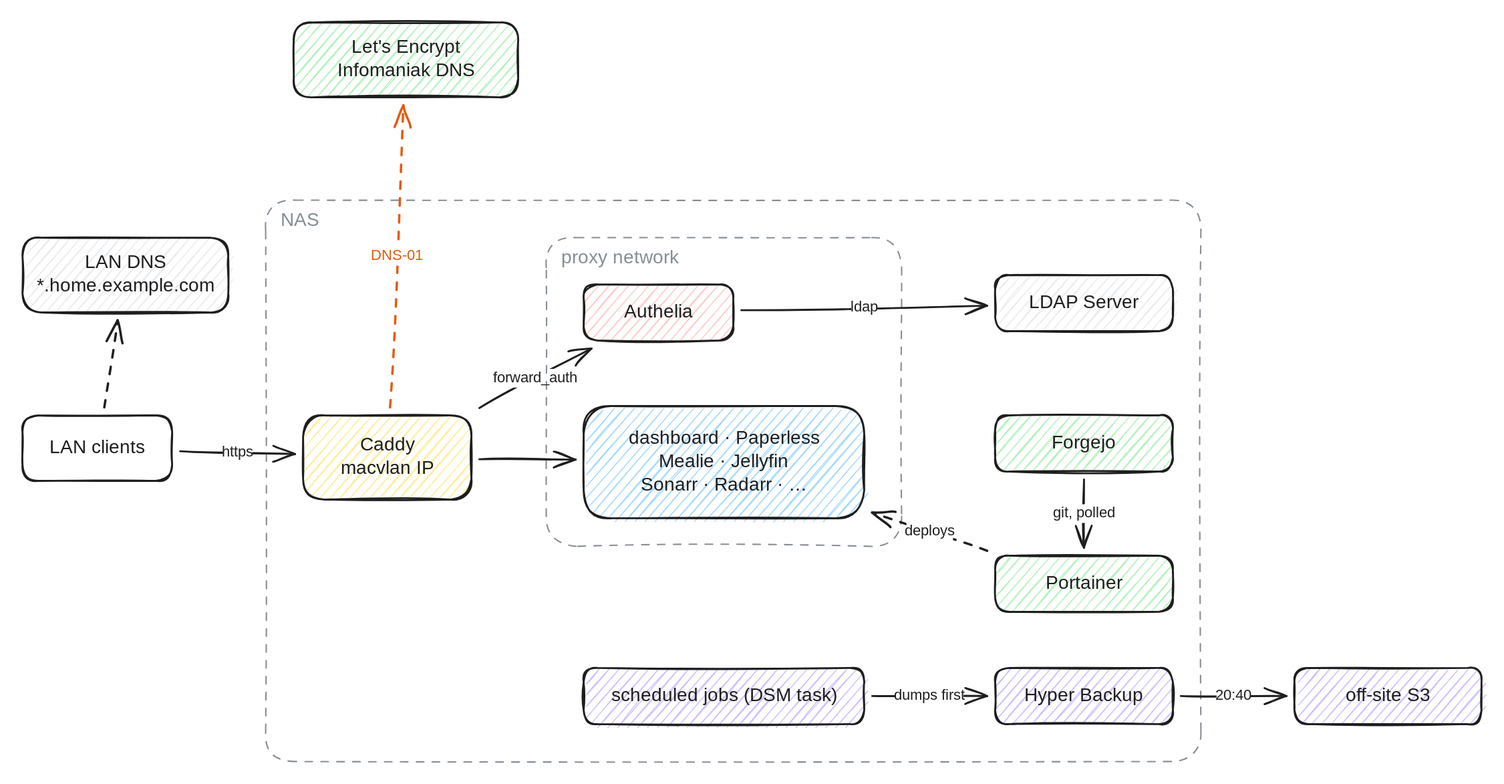
Before: docs/images/overview.excalidraw.svg, a diagram exported from Excalidraw (mueslipolo/homelab). Source tidied: one line per element, renumbered; positions are measured from the earlier drawing's top-left corner, leaving out a move shared by most shapes. Source of this version:
```json
{"id": 0, "type": "rectangle", "strokeColor": "#1e1e1e", "backgroundColor": "#b2f2bb", "fillStyle": "hachure", "strokeWidth": 2, "roughness": 1, "round": true, "x": 290, "y": 0, "width": 240, "height": 80}
{"id": 1, "type": "rectangle", "strokeColor": "#1e1e1e", "backgroundColor": "#e9ecef", "fillStyle": "hachure", "strokeWidth": 2, "roughness": 1, "round": true, "x": 0, "y": 230, "width": 220, "height": 80}
{"id": 2, "type": "rectangle", "strokeColor": "#1e1e1e", "strokeWidth": 2, "roughness": 1, "round": true, "x": 0, "y": 420, "width": 160, "height": 70}
{"id": 3, "type": "rectangle", "strokeColor": "#868e96", "strokeWidth": 1, "strokeStyle": "dashed", "roughness": 1, "round": true, "x": 260, "y": 190, "width": 1000, "height": 600}
{"id": 4, "type": "text", "text": "NAS", "strokeColor": "#868e96", "strokeWidth": 2, "roughness": 1, "fontSize": 20, "fontFamily": 5, "x": 276, "y": 200, "width": 40, "height": 25}
{"id": 5, "type": "rectangle", "strokeColor": "#1e1e1e", "backgroundColor": "#ffec99", "fillStyle": "hachure", "strokeWidth": 2, "roughness": 1, "round": true, "x": 300, "y": 420, "width": 180, "height": 90}
{"id": 6, "type": "rectangle", "strokeColor": "#868e96", "strokeWidth": 1, "strokeStyle": "dashed", "roughness": 1, "round": true, "x": 560, "y": 230, "width": 380, "height": 330}
{"id": 7, "type": "text", "text": "proxy network", "strokeColor": "#868e96", "strokeWidth": 2, "roughness": 1, "fontSize": 20, "fontFamily": 5, "x": 576, "y": 240, "width": 117, "height": 25}
{"id": 8, "type": "rectangle", "strokeColor": "#1e1e1e", "backgroundColor": "#ffc9c9", "fillStyle": "hachure", "strokeWidth": 2, "roughness": 1, "round": true, "x": 600, "y": 280, "width": 160, "height": 60}
{"id": 9, "type": "rectangle", "strokeColor": "#1e1e1e", "backgroundColor": "#a5d8ff", "fillStyle": "hachure", "strokeWidth": 2, "roughness": 1, "round": true, "x": 600, "y": 410, "width": 300, "height": 120}
{"id": 10, "type": "rectangle", "strokeColor": "#1e1e1e", "backgroundColor": "#e9ecef", "fillStyle": "hachure", "strokeWidth": 2, "roughness": 1, "round": true, "x": 1040, "y": 270, "width": 190, "height": 60}
{"id": 11, "type": "rectangle", "strokeColor": "#1e1e1e", "backgroundColor": "#b2f2bb", "fillStyle": "hachure", "strokeWidth": 2, "roughness": 1, "round": true, "x": 1040, "y": 420, "width": 190, "height": 60}
{"id": 12, "type": "rectangle", "strokeColor": "#1e1e1e", "backgroundColor": "#b2f2bb", "fillStyle": "hachure", "strokeWidth": 2, "roughness": 1, "round": true, "x": 1040, "y": 570, "width": 190, "height": 60}
{"id": 13, "type": "rectangle", "strokeColor": "#1e1e1e", "backgroundColor": "#d0bfff", "fillStyle": "hachure", "strokeWidth": 2, "roughness": 1, "round": true, "x": 600, "y": 690, "width": 300, "height": 60}
{"id": 14, "type": "rectangle", "strokeColor": "#1e1e1e", "backgroundColor": "#d0bfff", "fillStyle": "hachure", "strokeWidth": 2, "roughness": 1, "round": true, "x": 1040, "y": 690, "width": 190, "height": 60}
{"id": 15, "type": "rectangle", "strokeColor": "#1e1e1e", "backgroundColor": "#d0bfff", "fillStyle": "hachure", "strokeWidth": 2, "roughness": 1, "round": true, "x": 1360, "y": 690, "width": 200, "height": 60}
{"id": 16, "type": "arrow", "strokeColor": "#1e1e1e", "strokeWidth": 2, "strokeStyle": "dashed", "roughness": 1, "endArrowhead": "arrow", "from": 2, "to": 1, "x": 87, "y": 412, "width": 14, "height": 93, "points": [[0, 0], [14, -93]]}
{"id": 17, "type": "arrow", "strokeColor": "#1e1e1e", "strokeWidth": 2, "roughness": 1, "endArrowhead": "arrow", "from": 2, "to": 5, "x": 168, "y": 458, "width": 123, "height": 3, "points": [[0, 0], [123, 3]]}
{"id": 18, "type": "arrow", "strokeColor": "#1e1e1e", "strokeWidth": 2, "roughness": 1, "endArrowhead": "arrow", "from": 5, "to": 9, "x": 488, "y": 467, "width": 103, "height": 0, "points": [[0, 0], [103, 0]]}
{"id": 19, "type": "arrow", "strokeColor": "#1e1e1e", "strokeWidth": 2, "roughness": 1, "endArrowhead": "arrow", "from": 5, "to": 8, "x": 488, "y": 412, "width": 120, "height": 64, "points": [[0, 0], [120, -64]]}
{"id": 20, "type": "arrow", "strokeColor": "#1e1e1e", "strokeWidth": 2, "roughness": 1, "endArrowhead": "arrow", "from": 8, "to": 10, "x": 768, "y": 308, "width": 263, "height": 5, "points": [[0, 0], [263, -5]]}
{"id": 21, "type": "arrow", "strokeColor": "#1e1e1e", "strokeWidth": 2, "roughness": 1, "endArrowhead": "arrow", "from": 11, "to": 12, "x": 1135, "y": 488, "width": 0, "height": 73, "points": [[0, 0], [0, 73]]}
{"id": 22, "type": "arrow", "strokeColor": "#1e1e1e", "strokeWidth": 2, "strokeStyle": "dashed", "roughness": 1, "endArrowhead": "arrow", "from": 12, "to": 9, "x": 1032, "y": 565, "width": 123, "height": 41, "points": [[0, 0], [-123, -41]]}
{"id": 23, "type": "arrow", "strokeColor": "#1e1e1e", "strokeWidth": 2, "roughness": 1, "endArrowhead": "arrow", "from": 13, "to": 14, "x": 908, "y": 720, "width": 123, "height": 0, "points": [[0, 0], [123, 0]]}
{"id": 24, "type": "arrow", "strokeColor": "#1e1e1e", "strokeWidth": 2, "roughness": 1, "endArrowhead": "arrow", "from": 14, "to": 15, "x": 1238, "y": 720, "width": 113, "height": 0, "points": [[0, 0], [113, 0]]}
{"id": 25, "type": "arrow", "strokeColor": "#e8590c", "strokeWidth": 2, "strokeStyle": "dashed", "roughness": 1, "endArrowhead": "arrow", "from": 5, "to": 0, "x": 393, "y": 412, "width": 14, "height": 323, "points": [[0, 0], [14, -323]]}
{"id": 26, "type": "text", "text": "Let's Encrypt\nInfomaniak DNS", "strokeColor": "#1e1e1e", "strokeWidth": 2, "roughness": 1, "fontSize": 20, "fontFamily": 5, "textAlign": "center", "verticalAlign": "middle", "inside": 0, "x": 341, "y": 15, "width": 137, "height": 50}
{"id": 27, "type": "text", "text": "LAN DNS\n*.home.example.com", "strokeColor": "#1e1e1e", "strokeWidth": 2, "roughness": 1, "fontSize": 20, "fontFamily": 5, "textAlign": "center", "verticalAlign": "middle", "inside": 1, "x": 24, "y": 245, "width": 172, "height": 50}
{"id": 28, "type": "text", "text": "LAN clients", "strokeColor": "#1e1e1e", "strokeWidth": 2, "roughness": 1, "fontSize": 20, "fontFamily": 5, "textAlign": "center", "verticalAlign": "middle", "inside": 2, "x": 31, "y": 442, "width": 98, "height": 25}
{"id": 29, "type": "text", "text": "Caddy\nmacvlan IP", "strokeColor": "#1e1e1e", "strokeWidth": 2, "roughness": 1, "fontSize": 20, "fontFamily": 5, "textAlign": "center", "verticalAlign": "middle", "inside": 5, "x": 345, "y": 440, "width": 91, "height": 50}
{"id": 30, "type": "text", "text": "Authelia", "strokeColor": "#1e1e1e", "strokeWidth": 2, "roughness": 1, "fontSize": 20, "fontFamily": 5, "textAlign": "center", "verticalAlign": "middle", "inside": 8, "x": 646, "y": 298, "width": 69, "height": 25}
{"id": 31, "type": "text", "text": "dashboard · Paperless\nMealie · Jellyfin\nSonarr · Radarr · …", "strokeColor": "#1e1e1e", "strokeWidth": 2, "roughness": 1, "fontSize": 20, "fontFamily": 5, "textAlign": "center", "verticalAlign": "middle", "inside": 9, "x": 663, "y": 432, "width": 174, "height": 75}
{"id": 32, "type": "text", "text": "LDAP Server", "strokeColor": "#1e1e1e", "strokeWidth": 2, "roughness": 1, "fontSize": 20, "fontFamily": 5, "textAlign": "center", "verticalAlign": "middle", "inside": 10, "x": 1080, "y": 288, "width": 109, "height": 25}
{"id": 33, "type": "text", "text": "Forgejo", "strokeColor": "#1e1e1e", "strokeWidth": 2, "roughness": 1, "fontSize": 20, "fontFamily": 5, "textAlign": "center", "verticalAlign": "middle", "inside": 11, "x": 1104, "y": 438, "width": 62, "height": 25}
{"id": 34, "type": "text", "text": "Portainer", "strokeColor": "#1e1e1e", "strokeWidth": 2, "roughness": 1, "fontSize": 20, "fontFamily": 5, "textAlign": "center", "verticalAlign": "middle", "inside": 12, "x": 1098, "y": 588, "width": 73, "height": 25}
{"id": 35, "type": "text", "text": "scheduled jobs (DSM task)", "strokeColor": "#1e1e1e", "strokeWidth": 2, "roughness": 1, "fontSize": 20, "fontFamily": 5, "textAlign": "center", "verticalAlign": "middle", "inside": 13, "x": 641, "y": 708, "width": 217, "height": 25}
{"id": 36, "type": "text", "text": "Hyper Backup", "strokeColor": "#1e1e1e", "strokeWidth": 2, "roughness": 1, "fontSize": 20, "fontFamily": 5, "textAlign": "center", "verticalAlign": "middle", "inside": 14, "x": 1077, "y": 708, "width": 116, "height": 25}
{"id": 37, "type": "text", "text": "off-site S3", "strokeColor": "#1e1e1e", "strokeWidth": 2, "roughness": 1, "fontSize": 20, "fontFamily": 5, "textAlign": "center", "verticalAlign": "middle", "inside": 15, "x": 1418, "y": 708, "width": 84, "height": 25}
{"id": 38, "type": "text", "text": "https", "strokeColor": "#1e1e1e", "strokeWidth": 2, "roughness": 1, "fontSize": 16, "fontFamily": 5, "textAlign": "center", "verticalAlign": "middle", "inside": 17, "x": 214, "y": 450, "width": 31, "height": 20}
{"id": 39, "type": "text", "text": "forward_auth", "strokeColor": "#1e1e1e", "strokeWidth": 2, "roughness": 1, "fontSize": 16, "fontFamily": 5, "textAlign": "center", "verticalAlign": "middle", "inside": 19, "x": 505, "y": 370, "width": 86, "height": 20}
{"id": 40, "type": "text", "text": "ldap", "strokeColor": "#1e1e1e", "strokeWidth": 2, "roughness": 1, "fontSize": 16, "fontFamily": 5, "textAlign": "center", "verticalAlign": "middle", "inside": 20, "x": 886, "y": 295, "width": 28, "height": 20}
{"id": 41, "type": "text", "text": "git, polled", "strokeColor": "#1e1e1e", "strokeWidth": 2, "roughness": 1, "fontSize": 16, "fontFamily": 5, "textAlign": "center", "verticalAlign": "middle", "inside": 21, "x": 1103, "y": 515, "width": 65, "height": 20}
{"id": 42, "type": "text", "text": "deploys", "strokeColor": "#1e1e1e", "strokeWidth": 2, "roughness": 1, "fontSize": 16, "fontFamily": 5, "textAlign": "center", "verticalAlign": "middle", "inside": 22, "x": 945, "y": 534, "width": 50, "height": 20}
{"id": 43, "type": "text", "text": "dumps first", "strokeColor": "#1e1e1e", "strokeWidth": 2, "roughness": 1, "fontSize": 16, "fontFamily": 5, "textAlign": "center", "verticalAlign": "middle", "inside": 23, "x": 934, "y": 710, "width": 72, "height": 20}
{"id": 44, "type": "text", "text": "20:40", "strokeColor": "#1e1e1e", "strokeWidth": 2, "roughness": 1, "fontSize": 16, "fontFamily": 5, "textAlign": "center", "verticalAlign": "middle", "inside": 24, "x": 1277, "y": 710, "width": 36, "height": 20}
{"id": 45, "type": "text", "text": "DNS-01", "strokeColor": "#e8590c", "strokeWidth": 2, "roughness": 1, "fontSize": 16, "fontFamily": 5, "textAlign": "center", "verticalAlign": "middle", "inside": 25, "x": 373, "y": 240, "width": 53, "height": 20}
```
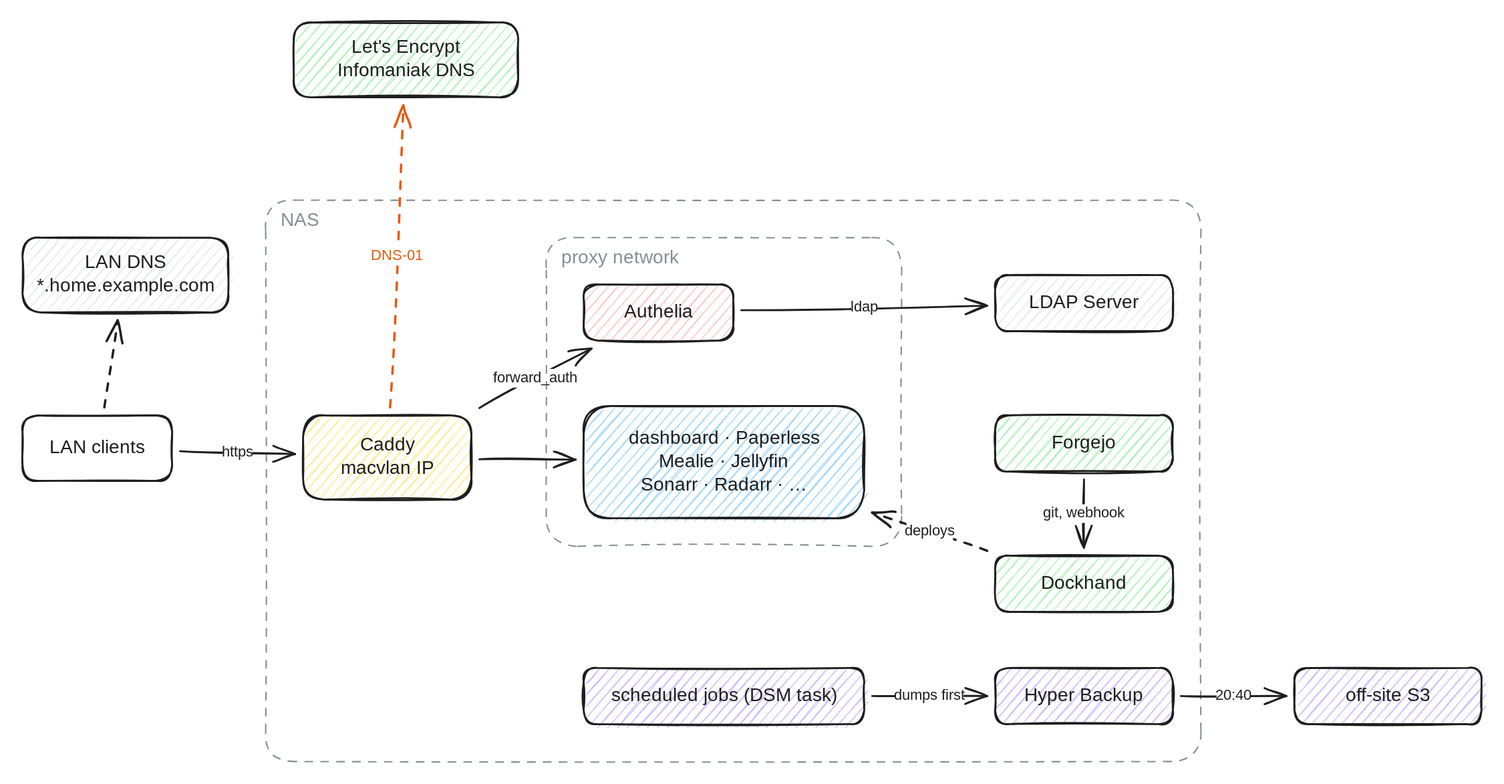
After the change.

Change to the diagram source:
```diff
@@ -10,7 +10,7 @@
 {"id": 9, "type": "rectangle", "strokeColor": "#1e1e1e", "backgroundColor": "#a5d8ff", "fillStyle": "hachure", "strokeWidth": 2, "roughness": 1, "round": true, "x": 600, "y": 410, "width": 300, "height": 120}
 {"id": 10, "type": "rectangle", "strokeColor": "#1e1e1e", "backgroundColor": "#e9ecef", "fillStyle": "hachure", "strokeWidth": 2, "roughness": 1, "round": true, "x": 1040, "y": 270, "width": 190, "height": 60}
 {"id": 11, "type": "rectangle", "strokeColor": "#1e1e1e", "backgroundColor": "#b2f2bb", "fillStyle": "hachure", "strokeWidth": 2, "roughness": 1, "round": true, "x": 1040, "y": 420, "width": 190, "height": 60}
-{"id": 12, "type": "rectangle", "strokeColor": "#1e1e1e", "backgroundColor": "#b2f2bb", "fillStyle": "hachure", "strokeWidth": 2, "roughness": 1, "round": true, "x": 1040, "y": 570, "width": 190, "height": 60}
+{"id": 46, "type": "rectangle", "strokeColor": "#1e1e1e", "backgroundColor": "#b2f2bb", "fillStyle": "hachure", "strokeWidth": 2, "roughness": 1, "round": true, "x": 1040, "y": 570, "width": 190, "height": 60}
 {"id": 13, "type": "rectangle", "strokeColor": "#1e1e1e", "backgroundColor": "#d0bfff", "fillStyle": "hachure", "strokeWidth": 2, "roughness": 1, "round": true, "x": 600, "y": 690, "width": 300, "height": 60}
 {"id": 14, "type": "rectangle", "strokeColor": "#1e1e1e", "backgroundColor": "#d0bfff", "fillStyle": "hachure", "strokeWidth": 2, "roughness": 1, "round": true, "x": 1040, "y": 690, "width": 190, "height": 60}
 {"id": 15, "type": "rectangle", "strokeColor": "#1e1e1e", "backgroundColor": "#d0bfff", "fillStyle": "hachure", "strokeWidth": 2, "roughness": 1, "round": true, "x": 1360, "y": 690, "width": 200, "height": 60}
@@ -19,8 +19,8 @@
 {"id": 18, "type": "arrow", "strokeColor": "#1e1e1e", "strokeWidth": 2, "roughness": 1, "endArrowhead": "arrow", "from": 5, "to": 9, "x": 488, "y": 467, "width": 103, "height": 0, "points": [[0, 0], [103, 0]]}
 {"id": 19, "type": "arrow", "strokeColor": "#1e1e1e", "strokeWidth": 2, "roughness": 1, "endArrowhead": "arrow", "from": 5, "to": 8, "x": 488, "y": 412, "width": 120, "height": 64, "points": [[0, 0], [120, -64]]}
 {"id": 20, "type": "arrow", "strokeColor": "#1e1e1e", "strokeWidth": 2, "roughness": 1, "endArrowhead": "arrow", "from": 8, "to": 10, "x": 768, "y": 308, "width": 263, "height": 5, "points": [[0, 0], [263, -5]]}
-{"id": 21, "type": "arrow", "strokeColor": "#1e1e1e", "strokeWidth": 2, "roughness": 1, "endArrowhead": "arrow", "from": 11, "to": 12, "x": 1135, "y": 488, "width": 0, "height": 73, "points": [[0, 0], [0, 73]]}
+{"id": 21, "type": "arrow", "strokeColor": "#1e1e1e", "strokeWidth": 2, "roughness": 1, "endArrowhead": "arrow", "from": 11, "to": 46, "x": 1135, "y": 488, "width": 0, "height": 73, "points": [[0, 0], [0, 73]]}
-{"id": 22, "type": "arrow", "strokeColor": "#1e1e1e", "strokeWidth": 2, "strokeStyle": "dashed", "roughness": 1, "endArrowhead": "arrow", "from": 12, "to": 9, "x": 1032, "y": 565, "width": 123, "height": 41, "points": [[0, 0], [-123, -41]]}
+{"id": 22, "type": "arrow", "strokeColor": "#1e1e1e", "strokeWidth": 2, "strokeStyle": "dashed", "roughness": 1, "endArrowhead": "arrow", "from": 46, "to": 9, "x": 1032, "y": 565, "width": 123, "height": 41, "points": [[0, 0], [-123, -41]]}
 {"id": 23, "type": "arrow", "strokeColor": "#1e1e1e", "strokeWidth": 2, "roughness": 1, "endArrowhead": "arrow", "from": 13, "to": 14, "x": 908, "y": 720, "width": 123, "height": 0, "points": [[0, 0], [123, 0]]}
 {"id": 24, "type": "arrow", "strokeColor": "#1e1e1e", "strokeWidth": 2, "roughness": 1, "endArrowhead": "arrow", "from": 14, "to": 15, "x": 1238, "y": 720, "width": 113, "height": 0, "points": [[0, 0], [113, 0]]}
 {"id": 25, "type": "arrow", "strokeColor": "#e8590c", "strokeWidth": 2, "strokeStyle": "dashed", "roughness": 1, "endArrowhead": "arrow", "from": 5, "to": 0, "x": 393, "y": 412, "width": 14, "height": 323, "points": [[0, 0], [14, -323]]}
@@ -32,14 +32,14 @@
 {"id": 31, "type": "text", "text": "dashboard · Paperless\nMealie · Jellyfin\nSonarr · Radarr · …", "strokeColor": "#1e1e1e", "strokeWidth": 2, "roughness": 1, "fontSize": 20, "fontFamily": 5, "textAlign": "center", "verticalAlign": "middle", "inside": 9, "x": 663, "y": 432, "width": 174, "height": 75}
 {"id": 32, "type": "text", "text": "LDAP Server", "strokeColor": "#1e1e1e", "strokeWidth": 2, "roughness": 1, "fontSize": 20, "fontFamily": 5, "textAlign": "center", "verticalAlign": "middle", "inside": 10, "x": 1080, "y": 288, "width": 109, "height": 25}
 {"id": 33, "type": "text", "text": "Forgejo", "strokeColor": "#1e1e1e", "strokeWidth": 2, "roughness": 1, "fontSize": 20, "fontFamily": 5, "textAlign": "center", "verticalAlign": "middle", "inside": 11, "x": 1104, "y": 438, "width": 62, "height": 25}
-{"id": 34, "type": "text", "text": "Portainer", "strokeColor": "#1e1e1e", "strokeWidth": 2, "roughness": 1, "fontSize": 20, "fontFamily": 5, "textAlign": "center", "verticalAlign": "middle", "inside": 12, "x": 1098, "y": 588, "width": 73, "height": 25}
+{"id": 34, "type": "text", "text": "Dockhand", "strokeColor": "#1e1e1e", "strokeWidth": 2, "roughness": 1, "fontSize": 20, "fontFamily": 5, "textAlign": "center", "verticalAlign": "middle", "inside": 46, "x": 1098, "y": 588, "width": 73, "height": 25}
 {"id": 35, "type": "text", "text": "scheduled jobs (DSM task)", "strokeColor": "#1e1e1e", "strokeWidth": 2, "roughness": 1, "fontSize": 20, "fontFamily": 5, "textAlign": "center", "verticalAlign": "middle", "inside": 13, "x": 641, "y": 708, "width": 217, "height": 25}
 {"id": 36, "type": "text", "text": "Hyper Backup", "strokeColor": "#1e1e1e", "strokeWidth": 2, "roughness": 1, "fontSize": 20, "fontFamily": 5, "textAlign": "center", "verticalAlign": "middle", "inside": 14, "x": 1077, "y": 708, "width": 116, "height": 25}
 {"id": 37, "type": "text", "text": "off-site S3", "strokeColor": "#1e1e1e", "strokeWidth": 2, "roughness": 1, "fontSize": 20, "fontFamily": 5, "textAlign": "center", "verticalAlign": "middle", "inside": 15, "x": 1418, "y": 708, "width": 84, "height": 25}
 {"id": 38, "type": "text", "text": "https", "strokeColor": "#1e1e1e", "strokeWidth": 2, "roughness": 1, "fontSize": 16, "fontFamily": 5, "textAlign": "center", "verticalAlign": "middle", "inside": 17, "x": 214, "y": 450, "width": 31, "height": 20}
 {"id": 39, "type": "text", "text": "forward_auth", "strokeColor": "#1e1e1e", "strokeWidth": 2, "roughness": 1, "fontSize": 16, "fontFamily": 5, "textAlign": "center", "verticalAlign": "middle", "inside": 19, "x": 505, "y": 370, "width": 86, "height": 20}
 {"id": 40, "type": "text", "text": "ldap", "strokeColor": "#1e1e1e", "strokeWidth": 2, "roughness": 1, "fontSize": 16, "fontFamily": 5, "textAlign": "center", "verticalAlign": "middle", "inside": 20, "x": 886, "y": 295, "width": 28, "height": 20}
-{"id": 41, "type": "text", "text": "git, polled", "strokeColor": "#1e1e1e", "strokeWidth": 2, "roughness": 1, "fontSize": 16, "fontFamily": 5, "textAlign": "center", "verticalAlign": "middle", "inside": 21, "x": 1103, "y": 515, "width": 65, "height": 20}
+{"id": 41, "type": "text", "text": "git, webhook", "strokeColor": "#1e1e1e", "strokeWidth": 2, "roughness": 1, "fontSize": 16, "fontFamily": 5, "textAlign": "center", "verticalAlign": "middle", "inside": 21, "x": 1103, "y": 515, "width": 65, "height": 20}
 {"id": 42, "type": "text", "text": "deploys", "strokeColor": "#1e1e1e", "strokeWidth": 2, "roughness": 1, "fontSize": 16, "fontFamily": 5, "textAlign": "center", "verticalAlign": "middle", "inside": 22, "x": 945, "y": 534, "width": 50, "height": 20}
 {"id": 43, "type": "text", "text": "dumps first", "strokeColor": "#1e1e1e", "strokeWidth": 2, "roughness": 1, "fontSize": 16, "fontFamily": 5, "textAlign": "center", "verticalAlign": "middle", "inside": 23, "x": 934, "y": 710, "width": 72, "height": 20}
 {"id": 44, "type": "text", "text": "20:40", "strokeColor": "#1e1e1e", "strokeWidth": 2, "roughness": 1, "fontSize": 16, "fontFamily": 5, "textAlign": "center", "verticalAlign": "middle", "inside": 24, "x": 1277, "y": 710, "width": 36, "height": 20}
```
